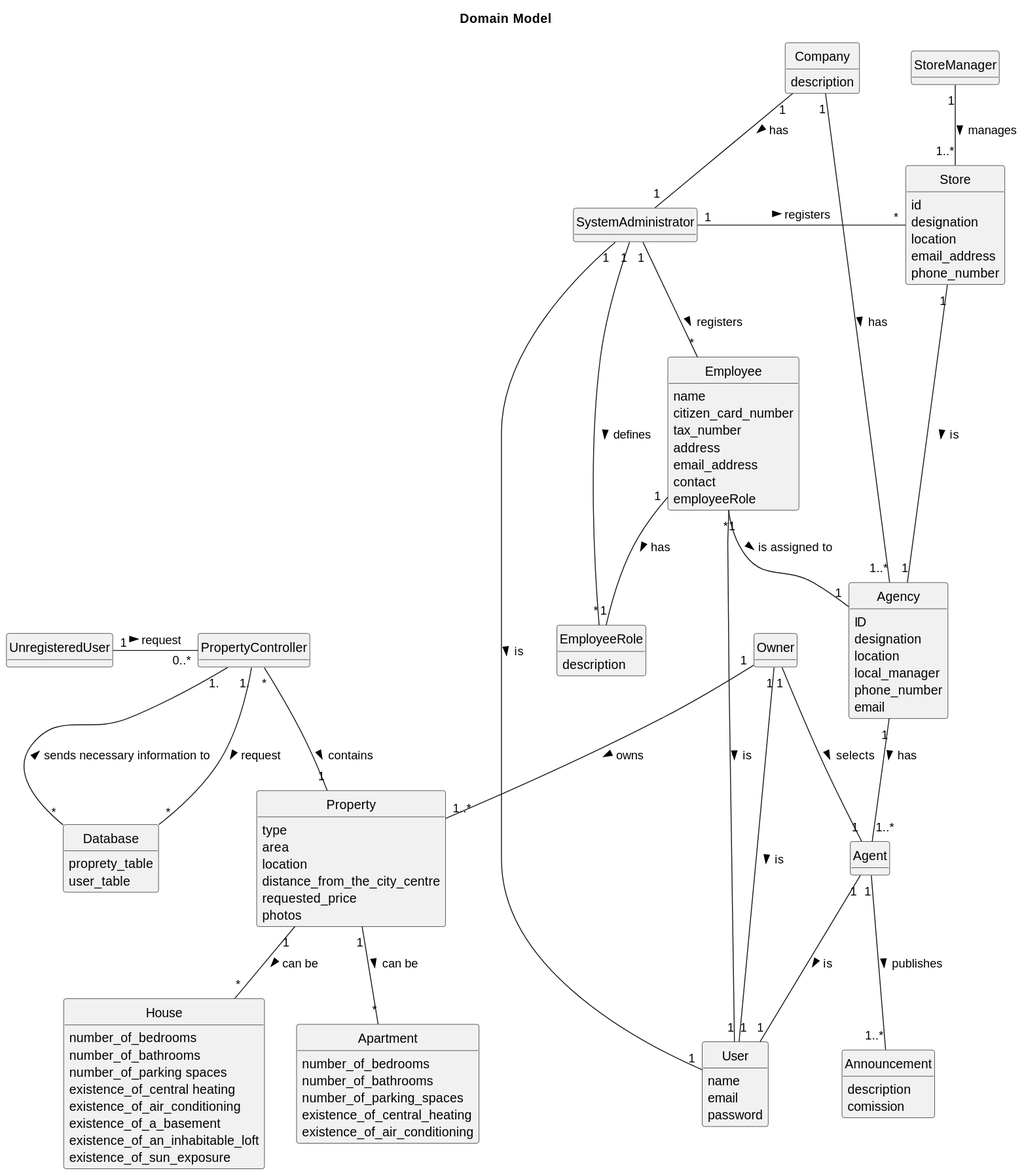
Earlier version of the PlantUML export docs/Sprint-B/global-artifacts/02.analysis/svg/project-domain-model.svg (Rodrick0209/ISEP-LAPR2-22-23).
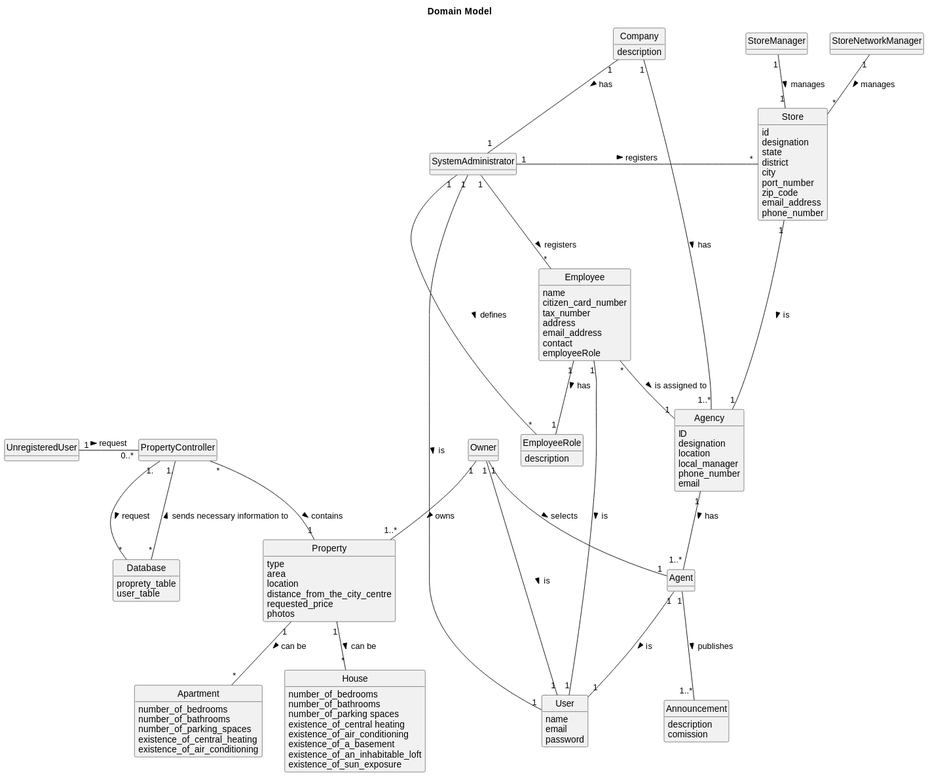
Above is the later version.

Change to the diagram source:
```diff
@@ -48,7 +48,11 @@
 class Store {
     id
     designation
-    location
+    state
+    district
+    city
+    port_number
+    zip_code
     email_address
     phone_number
 }
@@ -106,7 +110,8 @@
 Property "1" -- "*" Apartment :  can be >
 Owner "1" -- "1" Agent : selects >
 SystemAdministrator "1" - "*" Store : registers >
-StoreManager "1" -- "1..*" Store : manages >
+StoreManager "1" -- "1" Store : manages >
+StoreNetworkManager "1" -- "*" Store : manages >
 Store "1" -- "1" Agency : is >
 Company "1" -- "1..*" Agency : has >
 Company "1" -- "1" SystemAdministrator : has >
```
